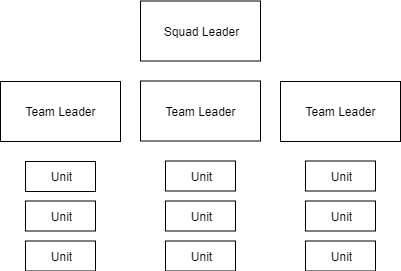
Above: guides/tactics/img/ruleof3.png in Synixe/Documents (draw.io), before the change. Source tidied: cells renumbered, new cells last; positions are measured from the earlier drawing's top-left corner, leaving out a move shared by most shapes.
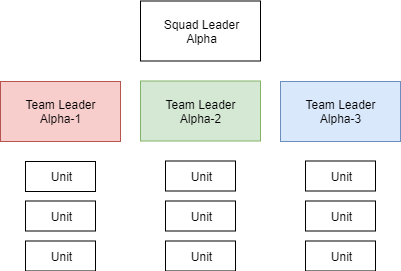
Later version of the same file.

The edit, as a diff of the source:
```diff
@@ -2,10 +2,10 @@
   <root>
     <mxCell id="0" />
     <mxCell id="1" parent="0" />
-    <mxCell id="2" value="Squad Leader" style="rounded=0;whiteSpace=wrap;html=1;" parent="1" vertex="1">
+    <mxCell id="2" value="Squad Leader&lt;br&gt;Alpha" style="rounded=0;whiteSpace=wrap;html=1;" parent="1" vertex="1">
       <mxGeometry x="140" y="-0.5" width="120" height="60" as="geometry" />
     </mxCell>
-    <mxCell id="3" value="Team Leader" style="rounded=0;whiteSpace=wrap;html=1;" parent="1" vertex="1">
+    <mxCell id="3" value="Team Leader&lt;br&gt;Alpha-1" style="rounded=0;whiteSpace=wrap;html=1;fillColor=#f8cecc;strokeColor=#b85450;" parent="1" vertex="1">
       <mxGeometry y="80" width="120" height="60" as="geometry" />
     </mxCell>
     <mxCell id="4" value="Unit" style="rounded=0;whiteSpace=wrap;html=1;" parent="1" vertex="1">
@@ -17,7 +17,7 @@
     <mxCell id="6" value="Unit" style="rounded=0;whiteSpace=wrap;html=1;" parent="1" vertex="1">
       <mxGeometry x="25" y="239.5" width="70" height="30" as="geometry" />
     </mxCell>
-    <mxCell id="7" value="Team Leader" style="rounded=0;whiteSpace=wrap;html=1;" parent="1" vertex="1">
+    <mxCell id="7" value="Team Leader&lt;br&gt;Alpha-2" style="rounded=0;whiteSpace=wrap;html=1;fillColor=#d5e8d4;strokeColor=#82b366;" parent="1" vertex="1">
       <mxGeometry x="140" y="79.5" width="120" height="60" as="geometry" />
     </mxCell>
     <mxCell id="8" value="Unit" style="rounded=0;whiteSpace=wrap;html=1;" parent="1" vertex="1">
@@ -29,7 +29,7 @@
     <mxCell id="10" value="Unit" style="rounded=0;whiteSpace=wrap;html=1;" parent="1" vertex="1">
       <mxGeometry x="165" y="239.5" width="70" height="30" as="geometry" />
     </mxCell>
-    <mxCell id="11" value="Team Leader" style="rounded=0;whiteSpace=wrap;html=1;" parent="1" vertex="1">
+    <mxCell id="11" value="Team Leader&lt;br&gt;Alpha-3" style="rounded=0;whiteSpace=wrap;html=1;fillColor=#dae8fc;strokeColor=#6c8ebf;" parent="1" vertex="1">
       <mxGeometry x="280" y="80" width="120" height="60" as="geometry" />
     </mxCell>
     <mxCell id="12" value="Unit" style="rounded=0;whiteSpace=wrap;html=1;" parent="1" vertex="1">
```
